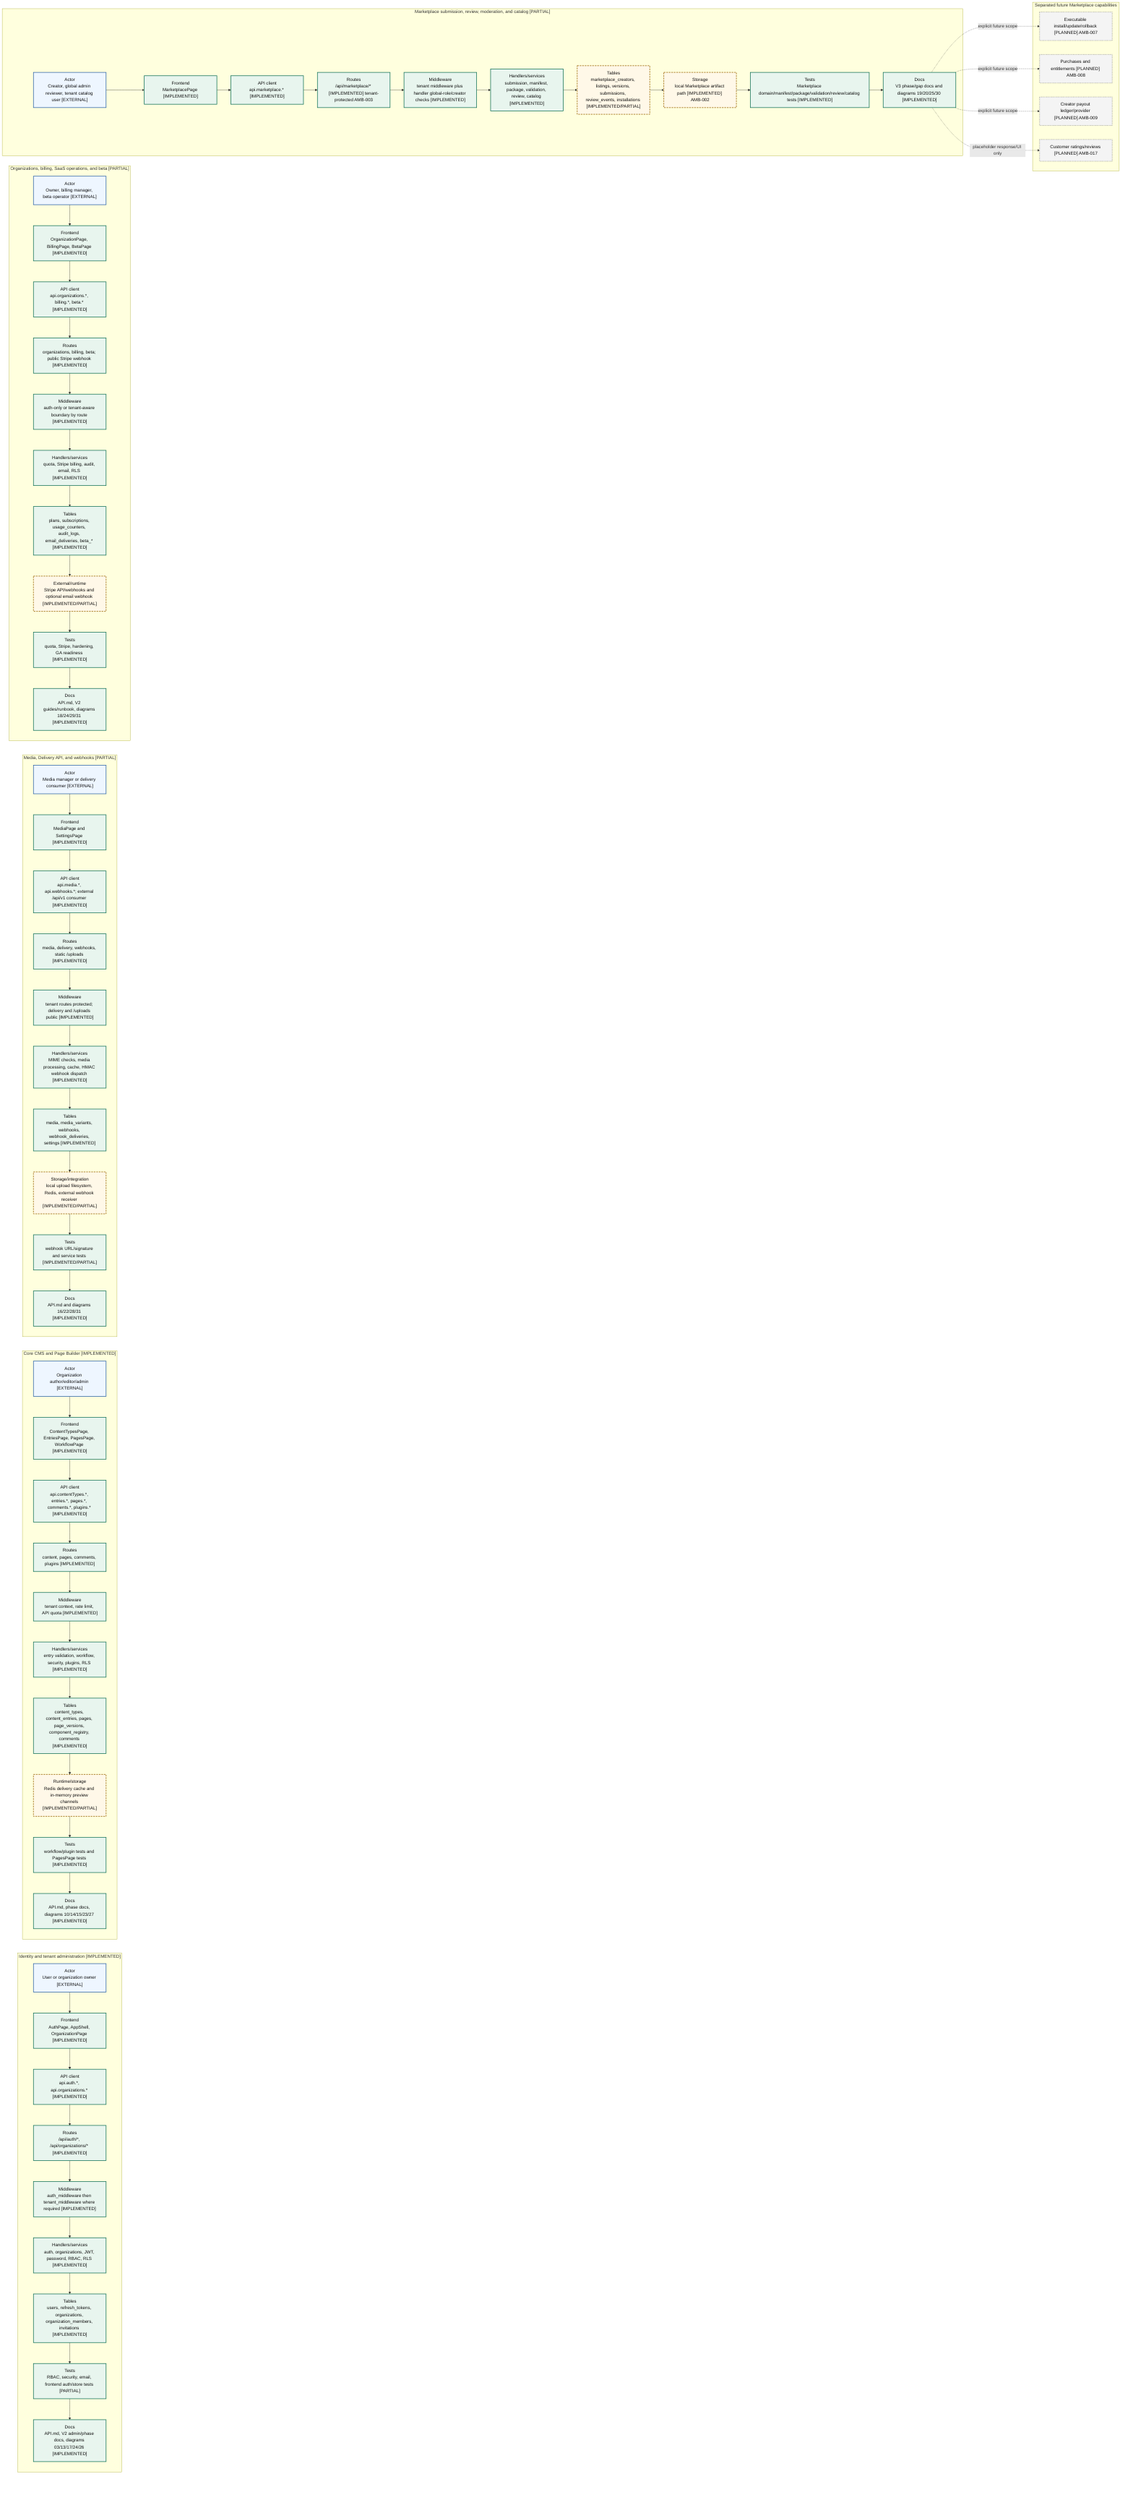
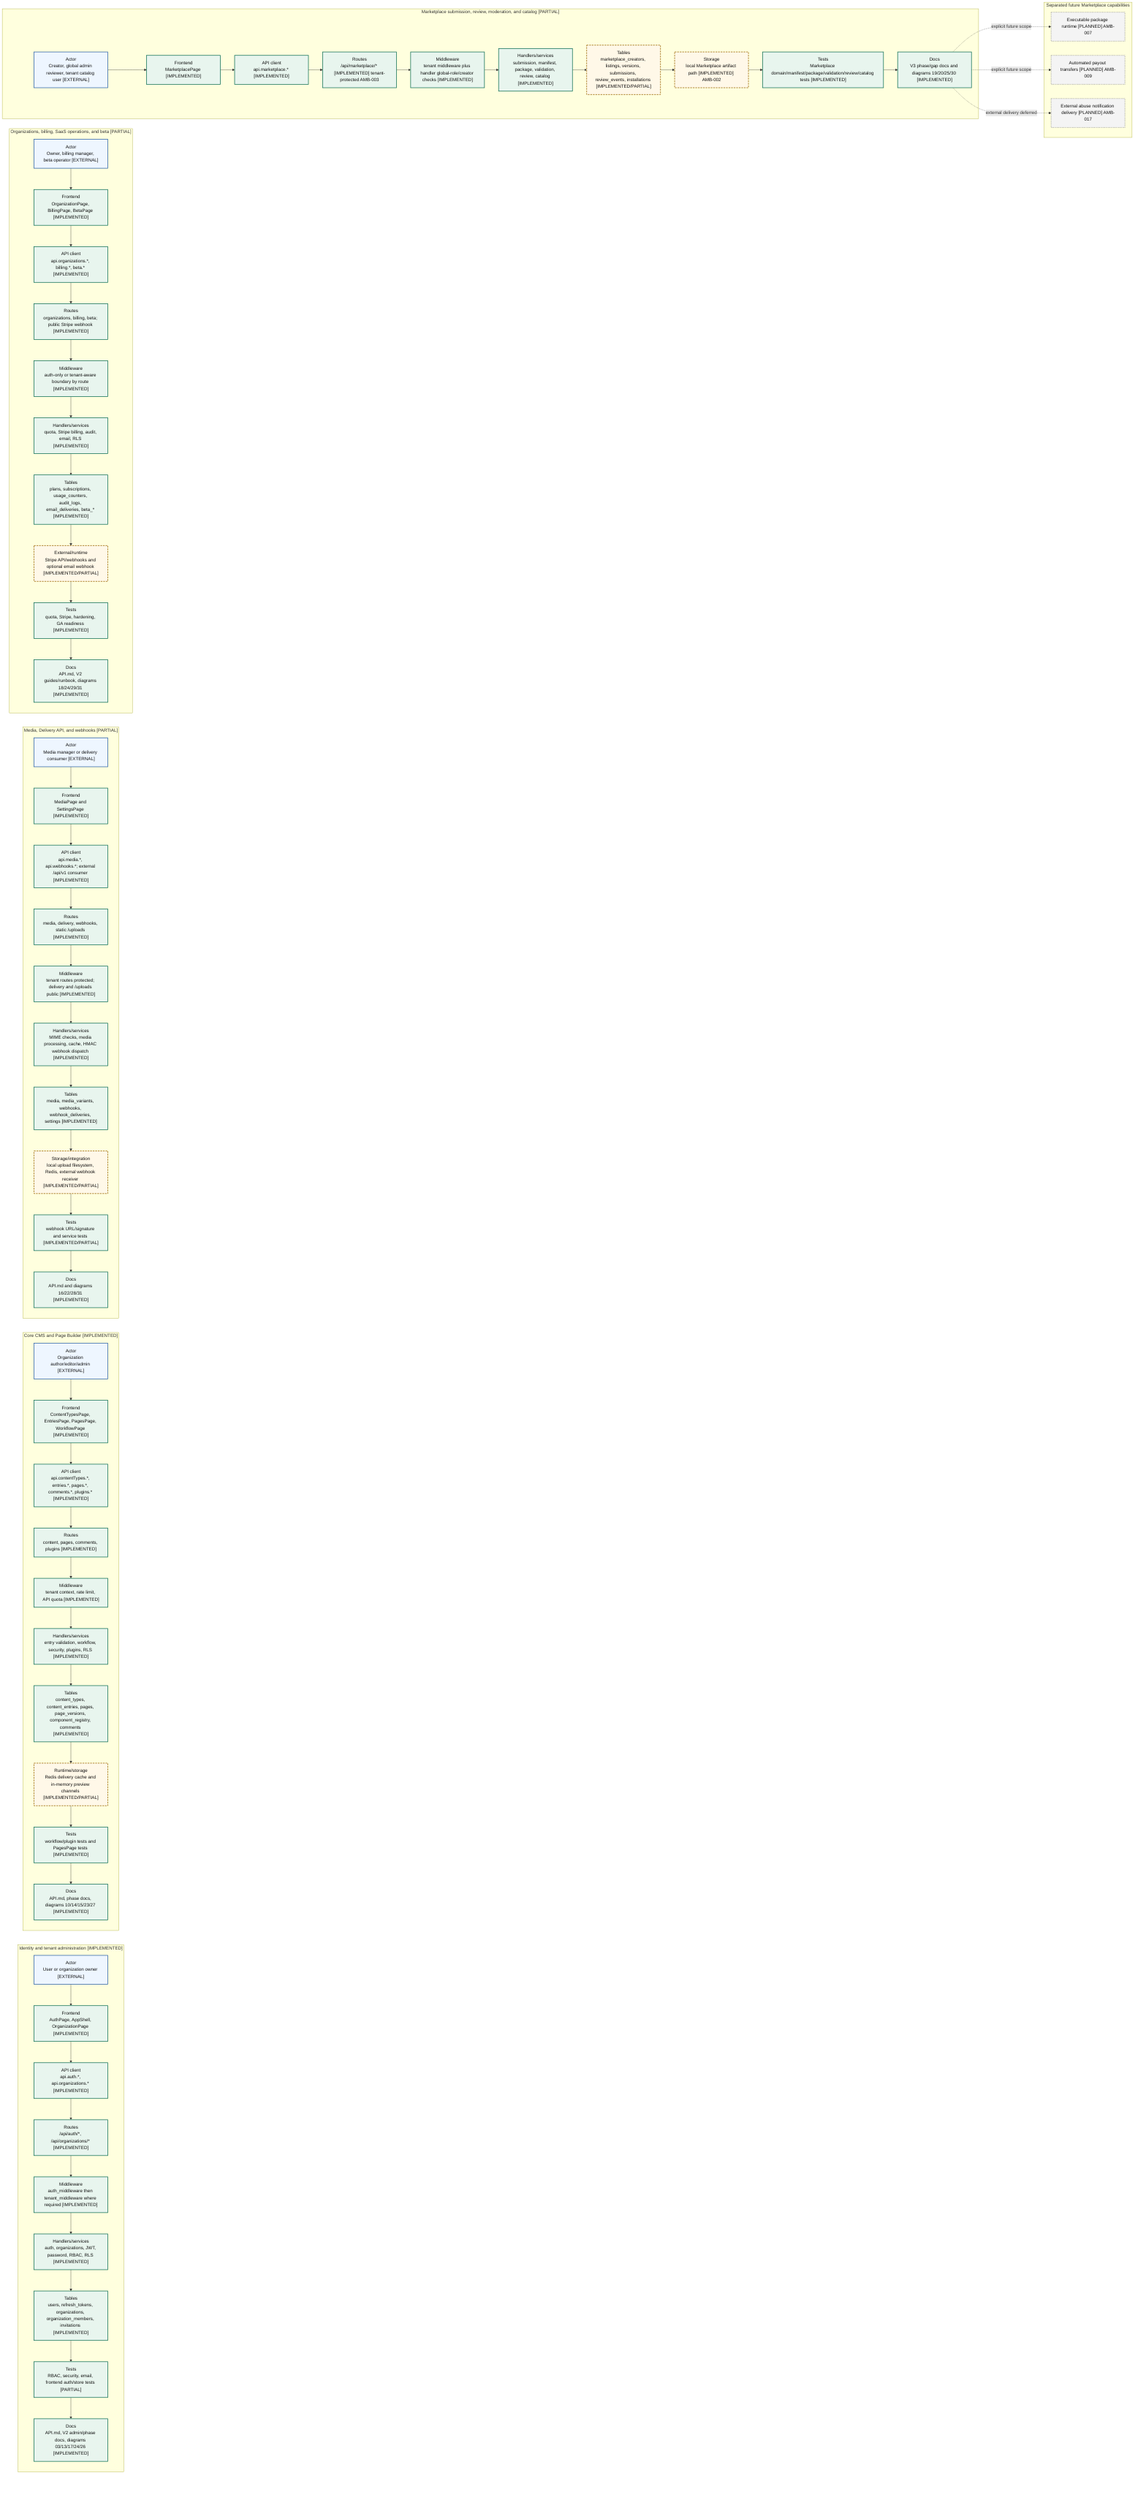
flowchart LR
%% Evidence: backend/src/routes/mod.rs
%% Evidence: backend/src/middleware/auth.rs
%% Evidence: backend/src/middleware/tenant.rs
%% Evidence: backend/src/routes/auth.rs
%% Evidence: backend/src/routes/content.rs
%% Evidence: backend/src/routes/pages.rs
%% Evidence: backend/src/routes/media.rs
%% Evidence: backend/src/routes/delivery.rs
%% Evidence: backend/src/routes/webhooks.rs
%% Evidence: backend/src/routes/organizations.rs
%% Evidence: backend/src/routes/billing.rs
%% Evidence: backend/src/routes/beta.rs
%% Evidence: backend/src/routes/marketplace.rs
%% Evidence: backend/src/services/rls.rs
%% Evidence: backend/src/services/quota.rs
%% Evidence: backend/src/services/stripe_billing.rs
%% Evidence: backend/src/services/marketplace_validation.rs
%% Evidence: frontend/src/router.tsx
%% Evidence: frontend/src/services/api.ts
%% Evidence: frontend/src/stores/useAppStore.ts
%% Evidence: frontend/src/pages/PagesPage.tsx
%% Evidence: frontend/src/pages/MarketplacePage.tsx
%% Evidence: backend/migrations/0001_initial_schema.sql
%% Evidence: backend/migrations/0008_v2_phase_one_organizations.sql
%% Evidence: backend/migrations/0009_v2_phase_three_rls.sql
%% Evidence: backend/migrations/0010_v2_phase_five_billing_quota.sql
%% Evidence: backend/migrations/0015_v3_phase_one_marketplace_foundation.sql
%% Evidence: backend/migrations/0018_v3_phase_four_review_moderation.sql
%% Evidence: docs/API.md

subgraph identity["Identity and tenant administration [IMPLEMENTED]"]
  id_actor["Actor<br/>User or organization owner [EXTERNAL]"]
  id_page["Frontend<br/>AuthPage, AppShell, OrganizationPage [IMPLEMENTED]"]
  id_api["API client<br/>api.auth.*, api.organizations.* [IMPLEMENTED]"]
  id_route["Routes<br/>/api/auth/*, /api/organizations/* [IMPLEMENTED]"]
  id_mw["Middleware<br/>auth_middleware then tenant_middleware where required [IMPLEMENTED]"]
  id_handler["Handlers/services<br/>auth, organizations, JWT, password, RBAC, RLS [IMPLEMENTED]"]
  id_data["Tables<br/>users, refresh_tokens, organizations, organization_members, invitations [IMPLEMENTED]"]
  id_test["Tests<br/>RBAC, security, email, frontend auth/store tests [PARTIAL]"]
  id_doc["Docs<br/>API.md, V2 admin/phase docs, diagrams 03/13/17/24/26 [IMPLEMENTED]"]
end

subgraph cms["Core CMS and Page Builder [IMPLEMENTED]"]
  cms_actor["Actor<br/>Organization author/editor/admin [EXTERNAL]"]
  cms_page["Frontend<br/>ContentTypesPage, EntriesPage, PagesPage, WorkflowPage [IMPLEMENTED]"]
  cms_api["API client<br/>api.contentTypes.*, entries.*, pages.*, comments.*, plugins.* [IMPLEMENTED]"]
  cms_route["Routes<br/>content, pages, comments, plugins [IMPLEMENTED]"]
  cms_mw["Middleware<br/>tenant context, rate limit, API quota [IMPLEMENTED]"]
  cms_handler["Handlers/services<br/>entry validation, workflow, security, plugins, RLS [IMPLEMENTED]"]
  cms_data["Tables<br/>content_types, content_entries, pages, page_versions, component_registry, comments [IMPLEMENTED]"]
  cms_cache["Runtime/storage<br/>Redis delivery cache and in-memory preview channels [IMPLEMENTED/PARTIAL]"]
  cms_test["Tests<br/>workflow/plugin tests and PagesPage tests [IMPLEMENTED]"]
  cms_doc["Docs<br/>API.md, phase docs, diagrams 10/14/15/23/27 [IMPLEMENTED]"]
end

subgraph media_delivery["Media, Delivery API, and webhooks [PARTIAL]"]
  md_actor["Actor<br/>Media manager or delivery consumer [EXTERNAL]"]
  md_page["Frontend<br/>MediaPage and SettingsPage [IMPLEMENTED]"]
  md_api["API client<br/>api.media.*, api.webhooks.*; external /api/v1 consumer [IMPLEMENTED]"]
  md_route["Routes<br/>media, delivery, webhooks, static /uploads [IMPLEMENTED]"]
  md_mw["Middleware<br/>tenant routes protected; delivery and /uploads public [IMPLEMENTED]"]
  md_handler["Handlers/services<br/>MIME checks, media processing, cache, HMAC webhook dispatch [IMPLEMENTED]"]
  md_data["Tables<br/>media, media_variants, webhooks, webhook_deliveries, settings [IMPLEMENTED]"]
  md_external["Storage/integration<br/>local upload filesystem, Redis, external webhook receiver [IMPLEMENTED/PARTIAL]"]
  md_test["Tests<br/>webhook URL/signature and service tests [IMPLEMENTED/PARTIAL]"]
  md_doc["Docs<br/>API.md and diagrams 16/22/28/31 [IMPLEMENTED]"]
end

subgraph billing_ops["Organizations, billing, SaaS operations, and beta [PARTIAL]"]
  bo_actor["Actor<br/>Owner, billing manager, beta operator [EXTERNAL]"]
  bo_page["Frontend<br/>OrganizationPage, BillingPage, BetaPage [IMPLEMENTED]"]
  bo_api["API client<br/>api.organizations.*, billing.*, beta.* [IMPLEMENTED]"]
  bo_route["Routes<br/>organizations, billing, beta; public Stripe webhook [IMPLEMENTED]"]
  bo_mw["Middleware<br/>auth-only or tenant-aware boundary by route [IMPLEMENTED]"]
  bo_handler["Handlers/services<br/>quota, Stripe billing, audit, email, RLS [IMPLEMENTED]"]
  bo_data["Tables<br/>plans, subscriptions, usage_counters, audit_logs, email_deliveries, beta_* [IMPLEMENTED]"]
  bo_external["External/runtime<br/>Stripe API/webhooks and optional email webhook [IMPLEMENTED/PARTIAL]"]
  bo_test["Tests<br/>quota, Stripe, hardening, GA readiness [IMPLEMENTED]"]
  bo_doc["Docs<br/>API.md, V2 guides/runbook, diagrams 18/24/29/31 [IMPLEMENTED]"]
end

subgraph marketplace["Marketplace submission, review, moderation, and catalog [PARTIAL]"]
  mp_actor["Actor<br/>Creator, global admin reviewer, tenant catalog user [EXTERNAL]"]
  mp_page["Frontend<br/>MarketplacePage [IMPLEMENTED]"]
  mp_api["API client<br/>api.marketplace.* [IMPLEMENTED]"]
  mp_route["Routes<br/>/api/marketplace/* [IMPLEMENTED] tenant-protected AMB-003"]
  mp_mw["Middleware<br/>tenant middleware plus handler global-role/creator checks [IMPLEMENTED]"]
  mp_handler["Handlers/services<br/>submission, manifest, package, validation, review, catalog [IMPLEMENTED]"]
  mp_data["Tables<br/>marketplace_creators, listings, versions, submissions, review_events, installations [IMPLEMENTED/PARTIAL]"]
  mp_storage["Storage<br/>local Marketplace artifact path [IMPLEMENTED] AMB-002"]
  mp_test["Tests<br/>Marketplace domain/manifest/package/validation/review/catalog tests [IMPLEMENTED]"]
  mp_doc["Docs<br/>V3 phase/gap docs and diagrams 19/20/25/30 [IMPLEMENTED]"]
end

subgraph excluded["Separated future Marketplace capabilities"]
-   install_future["Executable install/update/rollback [PLANNED] AMB-007"]
-   purchase_future["Purchases and entitlements [PLANNED] AMB-008"]
-   payout_future["Creator payout ledger/provider [PLANNED] AMB-009"]
-   rating_future["Customer ratings/reviews [PLANNED] AMB-017"]
+   install_future["Executable package runtime [PLANNED] AMB-007"]
+   payout_future["Automated payout transfers [PLANNED] AMB-009"]
+   notification_future["External abuse notification delivery [PLANNED] AMB-017"]
end

id_actor --> id_page --> id_api --> id_route --> id_mw --> id_handler --> id_data --> id_test --> id_doc
cms_actor --> cms_page --> cms_api --> cms_route --> cms_mw --> cms_handler --> cms_data --> cms_cache --> cms_test --> cms_doc
md_actor --> md_page --> md_api --> md_route --> md_mw --> md_handler --> md_data --> md_external --> md_test --> md_doc
bo_actor --> bo_page --> bo_api --> bo_route --> bo_mw --> bo_handler --> bo_data --> bo_external --> bo_test --> bo_doc
mp_actor --> mp_page --> mp_api --> mp_route --> mp_mw --> mp_handler --> mp_data --> mp_storage --> mp_test --> mp_doc
mp_doc -. "explicit future scope" .-> install_future
- mp_doc -. "explicit future scope" .-> purchase_future
mp_doc -. "explicit future scope" .-> payout_future
- mp_doc -. "placeholder response/UI only" .-> rating_future
+ mp_doc -. "external delivery deferred" .-> notification_future

classDef implemented fill:#e8f5ee,stroke:#17745b,stroke-width:2px,color:#111;
classDef partial fill:#fff8e8,stroke:#9a6500,stroke-width:2px,stroke-dasharray: 6 3,color:#111;
classDef planned fill:#f4f4f4,stroke:#666,stroke-width:2px,stroke-dasharray: 2 4,color:#111;
classDef external fill:#eef6ff,stroke:#3367a8,stroke-width:2px,color:#111;

class id_page,id_api,id_route,id_mw,id_handler,id_data,id_test,id_doc,cms_page,cms_api,cms_route,cms_mw,cms_handler,cms_data,cms_test,cms_doc,md_page,md_api,md_route,md_mw,md_handler,md_data,md_test,md_doc,bo_page,bo_api,bo_route,bo_mw,bo_handler,bo_data,bo_test,bo_doc,mp_page,mp_api,mp_route,mp_mw,mp_handler,mp_test,mp_doc implemented;
class cms_cache,md_external,bo_external,mp_data,mp_storage partial;
- class install_future,purchase_future,payout_future,rating_future planned;
+ class install_future,payout_future,notification_future planned;
class id_actor,cms_actor,md_actor,bo_actor,mp_actor external;
